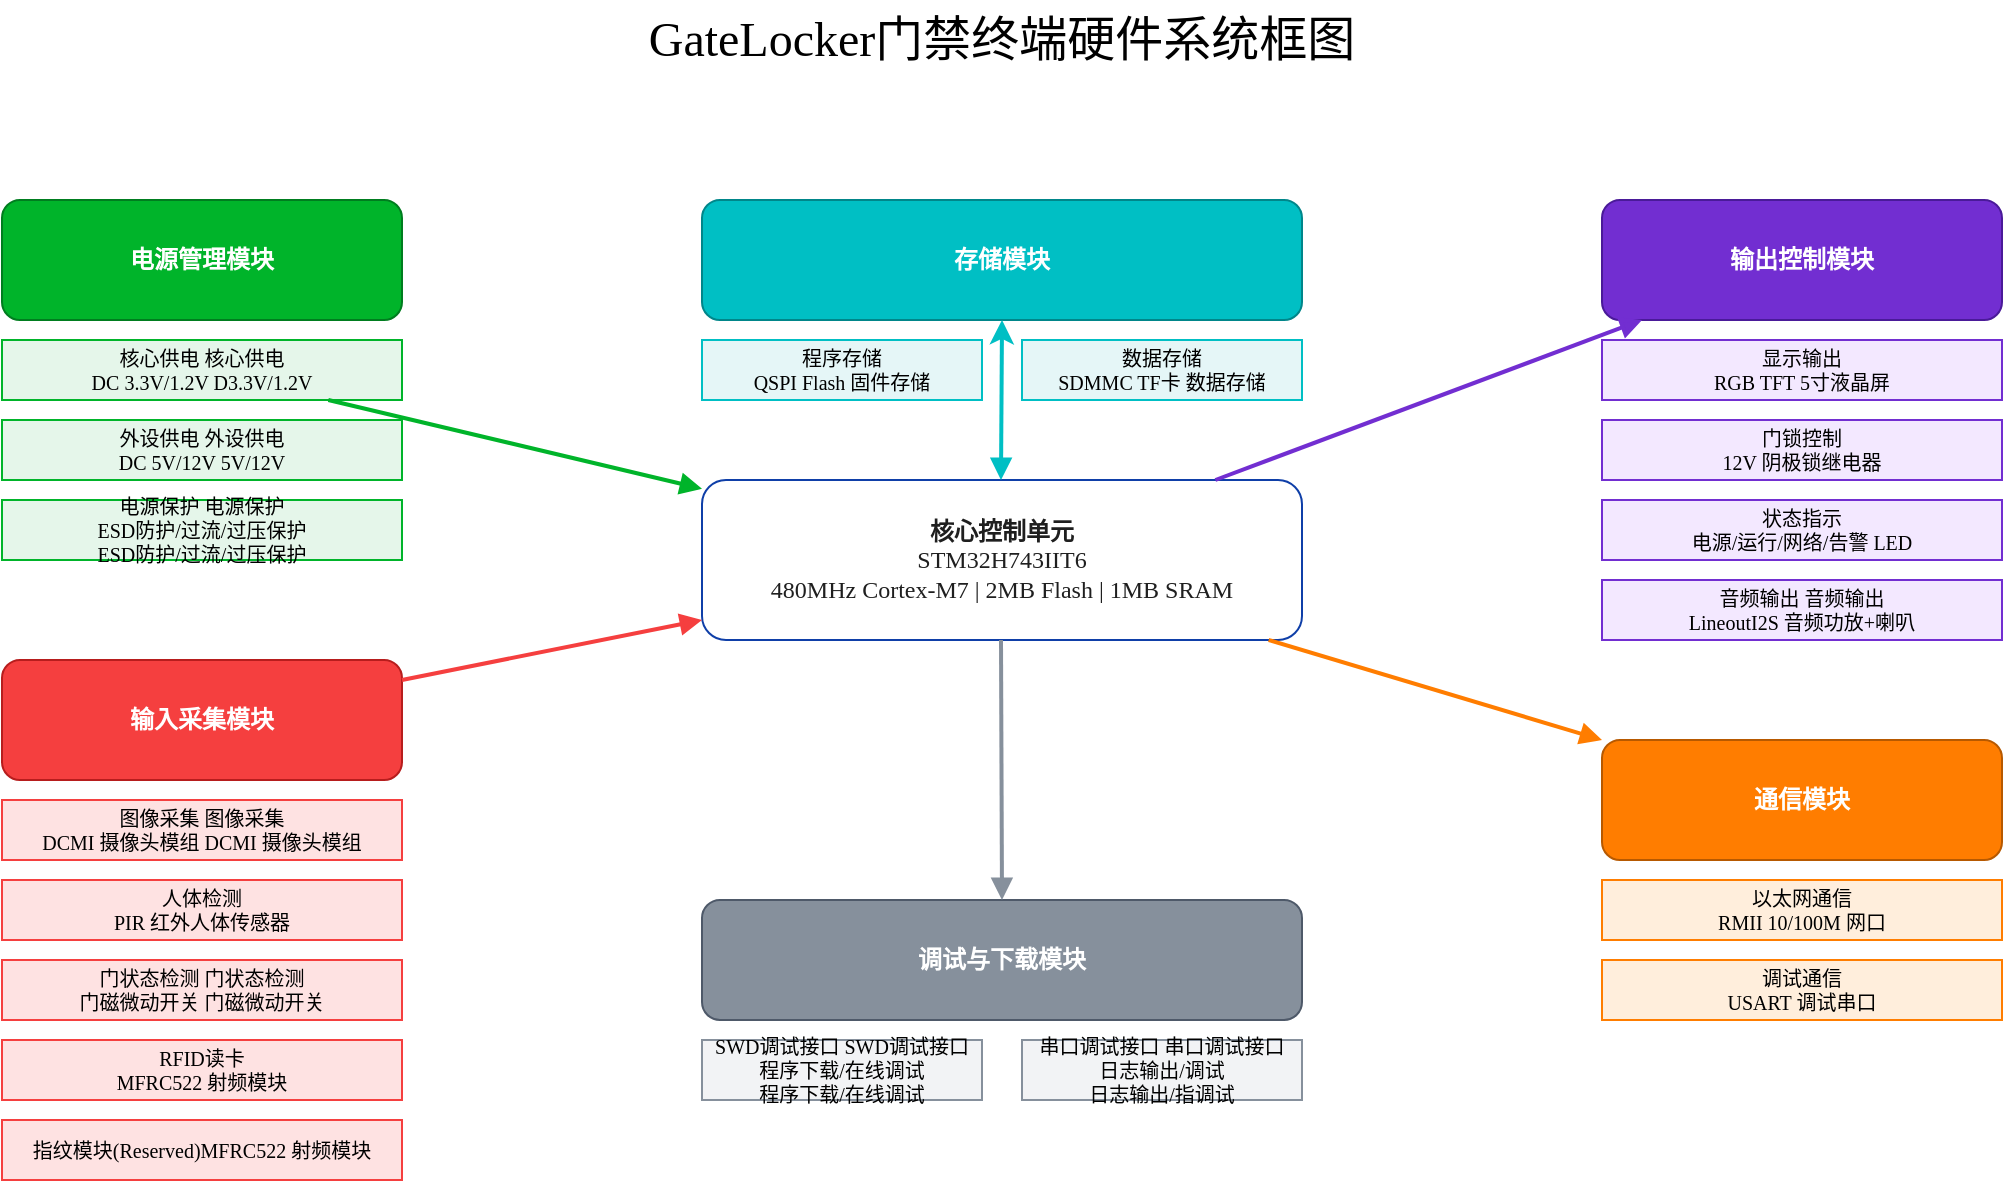
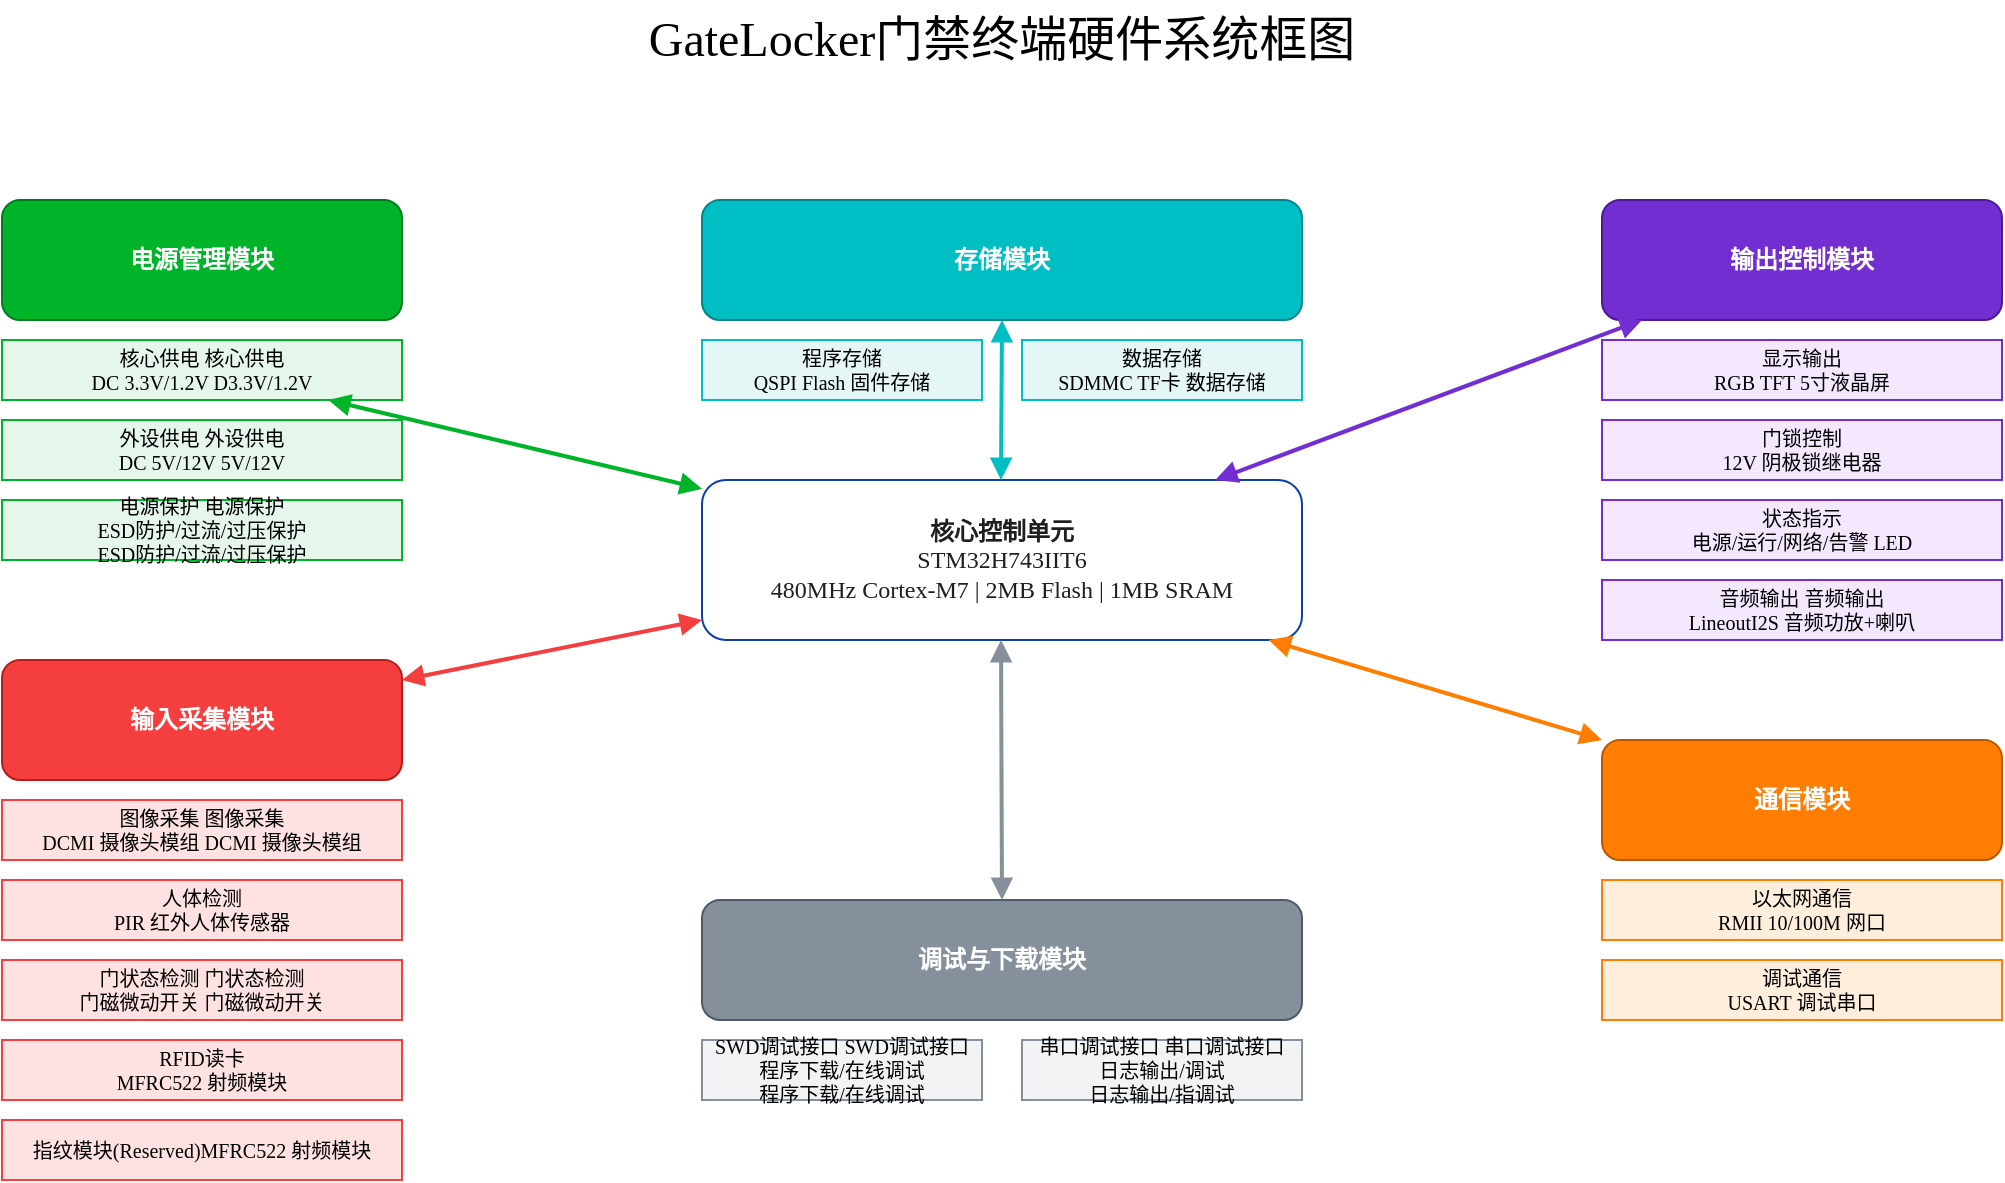
<mxfile host="app.diagrams.net">
  <diagram id="JjUnV6bOo0cUcBlsrNCr" name="GateLocker门禁终端硬件系统框图">
-     <mxGraphModel dx="1571" dy="782" grid="0" gridSize="10" guides="1" tooltips="1" connect="1" arrows="1" fold="1" page="1" pageScale="1" pageWidth="827" pageHeight="1169" math="0" shadow="0">
+     <mxGraphModel dx="1571" dy="782" grid="0" gridSize="10" guides="1" tooltips="1" connect="1" arrows="1" fold="1" page="0" pageScale="1" pageWidth="827" pageHeight="1169" math="0" shadow="0">
      <root>
        <mxCell id="0" />
        <mxCell id="1" parent="0" />
        <mxCell id="EOIqCzflqUVAwcGKjHEf-1" parent="1" style="text;html=1;strokeColor=none;fillColor=none;align=center;verticalAlign=middle;whiteSpace=wrap;rounded=0;fontSize=24;fontWeight=bold;fontFamily=微软雅黑" value="GateLocker门禁终端硬件系统框图" vertex="1">
          <mxGeometry height="40" width="400" x="440" y="60" as="geometry" />
        </mxCell>
        <mxCell id="EOIqCzflqUVAwcGKjHEf-2" parent="1" style="rounded=1;whiteSpace=wrap;html=1;fillColor=default;strokeColor=#0F3FA8;fontColor=white;align=center;verticalAlign=middle;fontSize=12;fontFamily=微软雅黑;fontWeight=bold" value="&lt;span data-doubao-translate-traverse-mark=&quot;1&quot; data-doubao-translate-exclude-mark=&quot;1&quot;&gt;&lt;font style=&quot;color: rgb(31, 31, 31);&quot;&gt;&lt;b data-doubao-translate-traverse-mark=&quot;1&quot; data-doubao-translate-exclude-mark=&quot;1&quot; style=&quot;&quot;&gt;核心控制单元&lt;/b&gt;&lt;br data-doubao-translate-traverse-mark=&quot;1&quot;&gt;STM32H743IIT6&lt;br data-doubao-translate-traverse-mark=&quot;1&quot;&gt;480MHz Cortex-M7 | 2MB Flash | 1MB SRAM&lt;/font&gt;&lt;/span&gt;" vertex="1">
          <mxGeometry height="80" width="300" x="490" y="300" as="geometry" />
        </mxCell>
        <mxCell id="EOIqCzflqUVAwcGKjHEf-3" parent="1" style="rounded=1;whiteSpace=wrap;html=1;fillColor=#00B42A;strokeColor=#007D1F;fontColor=white;align=center;verticalAlign=middle;fontSize=12;fontFamily=微软雅黑;fontWeight=bold" value="&lt;b&gt;电源管理模块&lt;/b&gt;" vertex="1">
          <mxGeometry height="60" width="200" x="140" y="160" as="geometry" />
        </mxCell>
        <mxCell id="EOIqCzflqUVAwcGKjHEf-4" parent="1" style="rounded=0;whiteSpace=wrap;html=1;fillColor=#E5F6EA;strokeColor=#00B42A;align=center;verticalAlign=middle;fontSize=10;fontFamily=微软雅黑" value="核心供电&lt;font class=&quot;__Cici__translate__ __Cici_translate_similar_text_content__&quot;&gt;&lt;font class=&quot;__Cici_translate_origin_node__&quot; style=&quot;display: none;&quot;&gt;核心供电&lt;/font&gt; &lt;font class=&quot;__Cici_translate_translated_inject_node__&quot; style=&quot;display: inline-block;&quot;&gt;&lt;span&gt;核心供电&lt;/span&gt;&lt;/font&gt;&lt;/font&gt;&lt;br data-doubao-translate-traverse-mark=&quot;1&quot;&gt;DC 3.3V/1.2V&lt;font class=&quot;__Cici__translate__ __Cici_translate_similar_text_content__&quot;&gt;&lt;font class=&quot;__Cici_translate_origin_node__&quot; style=&quot;display: none;&quot;&gt;D3.3V/1.2V&lt;/font&gt; &lt;font class=&quot;__Cici_translate_translated_inject_node__&quot; style=&quot;display: inline-block;&quot;&gt;&lt;span&gt;D3.3V/1.2V&lt;/span&gt;&lt;/font&gt;&lt;/font&gt;" vertex="1">
          <mxGeometry height="30" width="200" x="140" y="230" as="geometry" />
        </mxCell>
        <mxCell id="EOIqCzflqUVAwcGKjHEf-5" parent="1" style="rounded=0;whiteSpace=wrap;html=1;fillColor=#E5F6EA;strokeColor=#00B42A;align=center;verticalAlign=middle;fontSize=10;fontFamily=微软雅黑" value="外设供电&lt;font class=&quot;__Cici__translate__ __Cici_translate_similar_text_content__&quot;&gt;&lt;font class=&quot;__Cici_translate_origin_node__&quot; style=&quot;display: none;&quot;&gt;外设供电&lt;/font&gt; &lt;font class=&quot;__Cici_translate_translated_inject_node__&quot; style=&quot;display: inline-block;&quot;&gt;&lt;span&gt;外设供电&lt;/span&gt;&lt;/font&gt;&lt;/font&gt;&lt;br data-doubao-translate-traverse-mark=&quot;1&quot;&gt;DC 5V/12V&lt;font class=&quot;__Cici__translate__ __Cici_translate_similar_text_content__&quot;&gt; &lt;font class=&quot;__Cici_translate_translated_inject_node__&quot; style=&quot;display: inline-block;&quot;&gt;&lt;span&gt;5V/12V&lt;/span&gt;&lt;/font&gt;&lt;/font&gt;" vertex="1">
          <mxGeometry height="30" width="200" x="140" y="270" as="geometry" />
        </mxCell>
        <mxCell id="EOIqCzflqUVAwcGKjHEf-6" parent="1" style="rounded=0;whiteSpace=wrap;html=1;fillColor=#E5F6EA;strokeColor=#00B42A;align=center;verticalAlign=middle;fontSize=10;fontFamily=微软雅黑" value="电源保护&lt;font class=&quot;__Cici__translate__ __Cici_translate_similar_text_content__&quot;&gt;&lt;font class=&quot;__Cici_translate_origin_node__&quot; style=&quot;display: none;&quot;&gt;电源保护&lt;/font&gt; &lt;font class=&quot;__Cici_translate_translated_inject_node__&quot; style=&quot;display: inline-block;&quot;&gt;&lt;span&gt;电源保护&lt;/span&gt;&lt;/font&gt;&lt;/font&gt;&lt;br data-doubao-translate-traverse-mark=&quot;1&quot;&gt;ESD防护/过流/过压保护&lt;font class=&quot;__Cici__translate__ __Cici_translate_similar_text_content__&quot;&gt;&lt;font class=&quot;__Cici_translate_origin_node__&quot; style=&quot;display: none;&quot;&gt;ESD防护/过流/过压保护&lt;/font&gt; &lt;font class=&quot;__Cici_translate_translated_inject_node__&quot; style=&quot;display: inline-block;&quot;&gt;&lt;span&gt;ESD防护/过流/过压保护&lt;/span&gt;&lt;/font&gt;&lt;/font&gt;" vertex="1">
          <mxGeometry height="30" width="200" x="140" y="310" as="geometry" />
        </mxCell>
        <mxCell id="EOIqCzflqUVAwcGKjHEf-7" parent="1" style="rounded=1;whiteSpace=wrap;html=1;fillColor=#F53F3F;strokeColor=#B71D1D;fontColor=white;align=center;verticalAlign=middle;fontSize=12;fontFamily=微软雅黑;fontWeight=bold" value="&lt;b&gt;输入采集模块&lt;/b&gt;" vertex="1">
          <mxGeometry height="60" width="200" x="140" y="390" as="geometry" />
        </mxCell>
        <mxCell id="EOIqCzflqUVAwcGKjHEf-8" parent="1" style="rounded=0;whiteSpace=wrap;html=1;fillColor=#FEE2E2;strokeColor=#F53F3F;align=center;verticalAlign=middle;fontSize=10;fontFamily=微软雅黑" value="图像采集&lt;font class=&quot;__Cici__translate__ __Cici_translate_similar_text_content__&quot;&gt;&lt;font class=&quot;__Cici_translate_origin_node__&quot; style=&quot;display: none;&quot;&gt;图像采集&lt;/font&gt; &lt;font class=&quot;__Cici_translate_translated_inject_node__&quot; style=&quot;display: inline-block;&quot;&gt;&lt;span&gt;图像采集&lt;/span&gt;&lt;/font&gt;&lt;/font&gt;&lt;br data-doubao-translate-traverse-mark=&quot;1&quot;&gt;DCMI 摄像头模组&lt;font class=&quot;__Cici__translate__ __Cici_translate_similar_text_content__&quot;&gt;&lt;font class=&quot;__Cici_translate_origin_node__&quot; style=&quot;display: none;&quot;&gt;DCMI 摄像头模组&lt;/font&gt; &lt;font class=&quot;__Cici_translate_translated_inject_node__&quot; style=&quot;display: inline-block;&quot;&gt;&lt;span&gt;DCMI 摄像头模组&lt;/span&gt;&lt;/font&gt;&lt;/font&gt;" vertex="1">
          <mxGeometry height="30" width="200" x="140" y="460" as="geometry" />
        </mxCell>
        <mxCell id="EOIqCzflqUVAwcGKjHEf-9" parent="1" style="rounded=0;whiteSpace=wrap;html=1;fillColor=#FEE2E2;strokeColor=#F53F3F;align=center;verticalAlign=middle;fontSize=10;fontFamily=微软雅黑" value="人体检测&lt;br&gt;PIR 红外人体传感器" vertex="1">
          <mxGeometry height="30" width="200" x="140" y="500" as="geometry" />
        </mxCell>
        <mxCell id="EOIqCzflqUVAwcGKjHEf-10" parent="1" style="rounded=0;whiteSpace=wrap;html=1;fillColor=#FEE2E2;strokeColor=#F53F3F;align=center;verticalAlign=middle;fontSize=10;fontFamily=微软雅黑" value="门状态检测&lt;font class=&quot;__Cici__translate__ __Cici_translate_similar_text_content__&quot;&gt;&lt;font class=&quot;__Cici_translate_origin_node__&quot; style=&quot;display: none;&quot;&gt;门状态检测&lt;/font&gt; &lt;font class=&quot;__Cici_translate_translated_inject_node__&quot; style=&quot;display: inline-block;&quot;&gt;&lt;span&gt;门状态检测&lt;/span&gt;&lt;/font&gt;&lt;/font&gt;&lt;br data-doubao-translate-traverse-mark=&quot;1&quot;&gt;门磁微动开关&lt;font class=&quot;__Cici__translate__ __Cici_translate_similar_text_content__&quot;&gt;&lt;font class=&quot;__Cici_translate_origin_node__&quot; style=&quot;display: none;&quot;&gt;门磁微动开关&lt;/font&gt; &lt;font class=&quot;__Cici_translate_translated_inject_node__&quot; style=&quot;display: inline-block;&quot;&gt;&lt;span&gt;门磁微动开关&lt;/span&gt;&lt;/font&gt;&lt;/font&gt;" vertex="1">
          <mxGeometry height="30" width="200" x="140" y="540" as="geometry" />
        </mxCell>
        <mxCell id="EOIqCzflqUVAwcGKjHEf-11" parent="1" style="rounded=0;whiteSpace=wrap;html=1;fillColor=#FEE2E2;strokeColor=#F53F3F;align=center;verticalAlign=middle;fontSize=10;fontFamily=微软雅黑" value="RFID读卡&lt;br&gt;MFRC522 射频模块" vertex="1">
          <mxGeometry height="30" width="200" x="140" y="580" as="geometry" />
        </mxCell>
        <mxCell id="EOIqCzflqUVAwcGKjHEf-12" parent="1" style="rounded=1;whiteSpace=wrap;html=1;fillColor=#722ED1;strokeColor=#4A1A99;fontColor=white;align=center;verticalAlign=middle;fontSize=12;fontFamily=微软雅黑;fontWeight=bold" value="&lt;b&gt;输出控制模块&lt;/b&gt;" vertex="1">
          <mxGeometry height="60" width="200" x="940" y="160" as="geometry" />
        </mxCell>
        <mxCell id="EOIqCzflqUVAwcGKjHEf-13" parent="1" style="rounded=0;whiteSpace=wrap;html=1;fillColor=#F3E8FF;strokeColor=#722ED1;align=center;verticalAlign=middle;fontSize=10;fontFamily=微软雅黑" value="显示输出&lt;br&gt;RGB TFT 5寸液晶屏" vertex="1">
          <mxGeometry height="30" width="200" x="940" y="230" as="geometry" />
        </mxCell>
        <mxCell id="EOIqCzflqUVAwcGKjHEf-14" parent="1" style="rounded=0;whiteSpace=wrap;html=1;fillColor=#F3E8FF;strokeColor=#722ED1;align=center;verticalAlign=middle;fontSize=10;fontFamily=微软雅黑" value="门锁控制&lt;br&gt;12V 阴极锁继电器" vertex="1">
          <mxGeometry height="30" width="200" x="940" y="270" as="geometry" />
        </mxCell>
        <mxCell id="EOIqCzflqUVAwcGKjHEf-15" parent="1" style="rounded=0;whiteSpace=wrap;html=1;fillColor=#F3E8FF;strokeColor=#722ED1;align=center;verticalAlign=middle;fontSize=10;fontFamily=微软雅黑" value="状态指示&lt;br&gt;电源/运行/网络/告警 LED" vertex="1">
          <mxGeometry height="30" width="200" x="940" y="310" as="geometry" />
        </mxCell>
        <mxCell id="EOIqCzflqUVAwcGKjHEf-16" parent="1" style="rounded=0;whiteSpace=wrap;html=1;fillColor=#F3E8FF;strokeColor=#722ED1;align=center;verticalAlign=middle;fontSize=10;fontFamily=微软雅黑" value="音频输出&lt;font class=&quot;__Cici__translate__ __Cici_translate_similar_text_content__&quot;&gt;&lt;font class=&quot;__Cici_translate_origin_node__&quot; style=&quot;display: none;&quot;&gt;音频输出&lt;/font&gt; &lt;font class=&quot;__Cici_translate_translated_inject_node__&quot; style=&quot;display: inline-block;&quot;&gt;&lt;span&gt;音频输出&lt;/span&gt;&lt;/font&gt;&lt;/font&gt;&lt;br data-doubao-translate-traverse-mark=&quot;1&quot;&gt;Lineout&lt;font class=&quot;__Cici__translate__ __Cici_translate_similar_text_content__&quot;&gt;&lt;font class=&quot;__Cici_translate_translated_inject_node__&quot; style=&quot;display: inline-block;&quot;&gt;&lt;span&gt;I2S 音频功放+喇叭&lt;/span&gt;&lt;/font&gt;&lt;/font&gt;" vertex="1">
          <mxGeometry height="30" width="200" x="940" y="350" as="geometry" />
        </mxCell>
        <mxCell id="EOIqCzflqUVAwcGKjHEf-17" parent="1" style="rounded=1;whiteSpace=wrap;html=1;fillColor=#FF7D00;strokeColor=#B75900;fontColor=white;align=center;verticalAlign=middle;fontSize=12;fontFamily=微软雅黑;fontWeight=bold" value="&lt;b&gt;通信模块&lt;/b&gt;" vertex="1">
          <mxGeometry height="60" width="200" x="940" y="430" as="geometry" />
        </mxCell>
        <mxCell id="EOIqCzflqUVAwcGKjHEf-18" parent="1" style="rounded=0;whiteSpace=wrap;html=1;fillColor=#FFEEDC;strokeColor=#FF7D00;align=center;verticalAlign=middle;fontSize=10;fontFamily=微软雅黑" value="以太网通信&lt;br&gt;RMII 10/100M 网口" vertex="1">
          <mxGeometry height="30" width="200" x="940" y="500" as="geometry" />
        </mxCell>
        <mxCell id="EOIqCzflqUVAwcGKjHEf-19" parent="1" style="rounded=0;whiteSpace=wrap;html=1;fillColor=#FFEEDC;strokeColor=#FF7D00;align=center;verticalAlign=middle;fontSize=10;fontFamily=微软雅黑" value="调试通信&lt;br&gt;USART 调试串口" vertex="1">
          <mxGeometry height="30" width="200" x="940" y="540" as="geometry" />
        </mxCell>
        <mxCell id="EOIqCzflqUVAwcGKjHEf-20" parent="1" style="rounded=1;whiteSpace=wrap;html=1;fillColor=#00BFC4;strokeColor=#00868A;fontColor=white;align=center;verticalAlign=middle;fontSize=12;fontFamily=微软雅黑;fontWeight=bold" value="&lt;b&gt;存储模块&lt;/b&gt;" vertex="1">
          <mxGeometry height="60" width="300" x="490" y="160" as="geometry" />
        </mxCell>
        <mxCell id="EOIqCzflqUVAwcGKjHEf-21" parent="1" style="rounded=0;whiteSpace=wrap;html=1;fillColor=#E5F6F7;strokeColor=#00BFC4;align=center;verticalAlign=middle;fontSize=10;fontFamily=微软雅黑" value="程序存储&lt;br&gt;QSPI Flash 固件存储" vertex="1">
          <mxGeometry height="30" width="140" x="490" y="230" as="geometry" />
        </mxCell>
        <mxCell id="EOIqCzflqUVAwcGKjHEf-22" parent="1" style="rounded=0;whiteSpace=wrap;html=1;fillColor=#E5F6F7;strokeColor=#00BFC4;align=center;verticalAlign=middle;fontSize=10;fontFamily=微软雅黑" value="数据存储&lt;br&gt;SDMMC TF卡 数据存储" vertex="1">
          <mxGeometry height="30" width="140" x="650" y="230" as="geometry" />
        </mxCell>
        <mxCell id="EOIqCzflqUVAwcGKjHEf-23" parent="1" style="rounded=1;whiteSpace=wrap;html=1;fillColor=#86909C;strokeColor=#4E5969;fontColor=white;align=center;verticalAlign=middle;fontSize=12;fontFamily=微软雅黑;fontWeight=bold" value="&lt;b&gt;调试与下载模块&lt;/b&gt;" vertex="1">
          <mxGeometry height="60" width="300" x="490" y="510" as="geometry" />
        </mxCell>
        <mxCell id="EOIqCzflqUVAwcGKjHEf-24" parent="1" style="rounded=0;whiteSpace=wrap;html=1;fillColor=#F2F3F5;strokeColor=#86909C;align=center;verticalAlign=middle;fontSize=10;fontFamily=微软雅黑" value="SWD调试接口&lt;font class=&quot;__Cici__translate__ __Cici_translate_similar_text_content__&quot;&gt;&lt;font class=&quot;__Cici_translate_origin_node__&quot; style=&quot;display: none;&quot;&gt;SWD调试接口&lt;/font&gt; &lt;font class=&quot;__Cici_translate_translated_inject_node__&quot; style=&quot;display: inline-block;&quot;&gt;&lt;span&gt;SWD调试接口&lt;/span&gt;&lt;/font&gt;&lt;/font&gt;&lt;br data-doubao-translate-traverse-mark=&quot;1&quot;&gt;程序下载/在线调试&lt;font class=&quot;__Cici__translate__ __Cici_translate_similar_text_content__&quot;&gt;&lt;font class=&quot;__Cici_translate_origin_node__&quot; style=&quot;display: none;&quot;&gt;程序下载/在线调试&lt;/font&gt; &lt;font class=&quot;__Cici_translate_translated_inject_node__&quot; style=&quot;display: inline-block;&quot;&gt;&lt;span&gt;程序下载/在线调试&lt;/span&gt;&lt;/font&gt;&lt;/font&gt;" vertex="1">
          <mxGeometry height="30" width="140" x="490" y="580" as="geometry" />
        </mxCell>
        <mxCell id="EOIqCzflqUVAwcGKjHEf-25" parent="1" style="rounded=0;whiteSpace=wrap;html=1;fillColor=#F2F3F5;strokeColor=#86909C;align=center;verticalAlign=middle;fontSize=10;fontFamily=微软雅黑" value="串口调试接口&lt;font class=&quot;__Cici__translate__ __Cici_translate_similar_text_content__&quot;&gt;&lt;font class=&quot;__Cici_translate_origin_node__&quot; style=&quot;display: none;&quot;&gt;串口调试接口&lt;/font&gt; &lt;font class=&quot;__Cici_translate_translated_inject_node__&quot; style=&quot;display: inline-block;&quot;&gt;&lt;span&gt;串口调试接口&lt;/span&gt;&lt;/font&gt;&lt;/font&gt;&lt;br data-doubao-translate-traverse-mark=&quot;1&quot;&gt;日志输出/调试&lt;font class=&quot;__Cici__translate__ __Cici_translate_similar_text_content__&quot;&gt;&lt;font class=&quot;__Cici_translate_origin_node__&quot; style=&quot;display: none;&quot;&gt;日志输出/指调试&lt;/font&gt; &lt;font class=&quot;__Cici_translate_translated_inject_node__&quot; style=&quot;display: inline-block;&quot;&gt;&lt;span&gt;日志输出/指调试&lt;/span&gt;&lt;/font&gt;&lt;/font&gt;" vertex="1">
          <mxGeometry height="30" width="140" x="650" y="580" as="geometry" />
        </mxCell>
-         <mxCell id="EOIqCzflqUVAwcGKjHEf-26" edge="1" parent="1" source="EOIqCzflqUVAwcGKjHEf-4" style="endArrow=block;html=1;strokeWidth=2;strokeColor=#00B42A" target="EOIqCzflqUVAwcGKjHEf-2" value="">
+         <mxCell id="EOIqCzflqUVAwcGKjHEf-26" edge="1" parent="1" source="EOIqCzflqUVAwcGKjHEf-4" style="endArrow=block;html=1;strokeWidth=2;strokeColor=#00B42A;startArrow=block;startFill=1;" target="EOIqCzflqUVAwcGKjHEf-2" value="">
          <mxGeometry relative="1" as="geometry" />
        </mxCell>
-         <mxCell id="EOIqCzflqUVAwcGKjHEf-27" edge="1" parent="1" source="EOIqCzflqUVAwcGKjHEf-7" style="endArrow=block;html=1;strokeWidth=2;strokeColor=#F53F3F" target="EOIqCzflqUVAwcGKjHEf-2" value="">
+         <mxCell id="EOIqCzflqUVAwcGKjHEf-27" edge="1" parent="1" source="EOIqCzflqUVAwcGKjHEf-7" style="endArrow=block;html=1;strokeWidth=2;strokeColor=#F53F3F;startArrow=block;startFill=1;" target="EOIqCzflqUVAwcGKjHEf-2" value="">
          <mxGeometry relative="1" as="geometry" />
        </mxCell>
-         <mxCell id="EOIqCzflqUVAwcGKjHEf-28" edge="1" parent="1" source="EOIqCzflqUVAwcGKjHEf-2" style="endArrow=block;html=1;strokeWidth=2;strokeColor=#722ED1" target="EOIqCzflqUVAwcGKjHEf-12" value="">
+         <mxCell id="EOIqCzflqUVAwcGKjHEf-28" edge="1" parent="1" source="EOIqCzflqUVAwcGKjHEf-2" style="endArrow=block;html=1;strokeWidth=2;strokeColor=#722ED1;startArrow=block;startFill=1;" target="EOIqCzflqUVAwcGKjHEf-12" value="">
          <mxGeometry relative="1" as="geometry" />
        </mxCell>
-         <mxCell id="EOIqCzflqUVAwcGKjHEf-29" edge="1" parent="1" source="EOIqCzflqUVAwcGKjHEf-2" style="endArrow=block;html=1;strokeWidth=2;strokeColor=#FF7D00" target="EOIqCzflqUVAwcGKjHEf-17" value="">
+         <mxCell id="EOIqCzflqUVAwcGKjHEf-29" edge="1" parent="1" source="EOIqCzflqUVAwcGKjHEf-2" style="endArrow=block;html=1;strokeWidth=2;strokeColor=#FF7D00;startArrow=block;startFill=1;" target="EOIqCzflqUVAwcGKjHEf-17" value="">
          <mxGeometry relative="1" as="geometry" />
        </mxCell>
-         <mxCell id="EOIqCzflqUVAwcGKjHEf-30" edge="1" parent="1" source="EOIqCzflqUVAwcGKjHEf-20" style="endArrow=block;html=1;strokeWidth=2;strokeColor=#00BFC4;startArrow=classic;startFill=1;exitX=0.5;exitY=1;exitDx=0;exitDy=0;" value="">
+         <mxCell id="EOIqCzflqUVAwcGKjHEf-30" edge="1" parent="1" source="EOIqCzflqUVAwcGKjHEf-20" style="endArrow=block;html=1;strokeWidth=2;strokeColor=#00BFC4;startArrow=block;startFill=1;exitX=0.5;exitY=1;exitDx=0;exitDy=0;" value="">
          <mxGeometry relative="1" as="geometry">
            <mxPoint x="639.5" y="250" as="sourcePoint" />
            <mxPoint x="639.5" y="300" as="targetPoint" />
          </mxGeometry>
        </mxCell>
-         <mxCell id="EOIqCzflqUVAwcGKjHEf-31" edge="1" parent="1" style="endArrow=block;html=1;strokeWidth=2;strokeColor=#86909C" value="">
+         <mxCell id="EOIqCzflqUVAwcGKjHEf-31" edge="1" parent="1" style="endArrow=block;html=1;strokeWidth=2;strokeColor=#86909C;startArrow=block;startFill=1;" value="">
          <mxGeometry relative="1" as="geometry">
            <mxPoint x="639.5" y="380" as="sourcePoint" />
            <mxPoint x="640" y="510" as="targetPoint" />
          </mxGeometry>
        </mxCell>
        <mxCell id="EOIqCzflqUVAwcGKjHEf-32" parent="1" style="rounded=0;whiteSpace=wrap;html=1;fillColor=#FEE2E2;strokeColor=#F53F3F;align=center;verticalAlign=middle;fontSize=10;fontFamily=微软雅黑" value="指纹模块(Reserved)&lt;font class=&quot;__Cici__translate__ __Cici_translate_similar_text_content__&quot;&gt;&lt;font class=&quot;__Cici_translate_origin_node__&quot; style=&quot;display: none;&quot;&gt;MFRC522 射频模块&lt;/font&gt;&lt;font class=&quot;__Cici_translate_translated_inject_node__&quot; style=&quot;display: inline-block;&quot;&gt;&lt;span&gt;MFRC522 射频模块&lt;/span&gt;&lt;/font&gt;&lt;/font&gt;" vertex="1">
          <mxGeometry height="30" width="200" x="140" y="620" as="geometry" />
        </mxCell>
      </root>
    </mxGraphModel>
  </diagram>
</mxfile>
